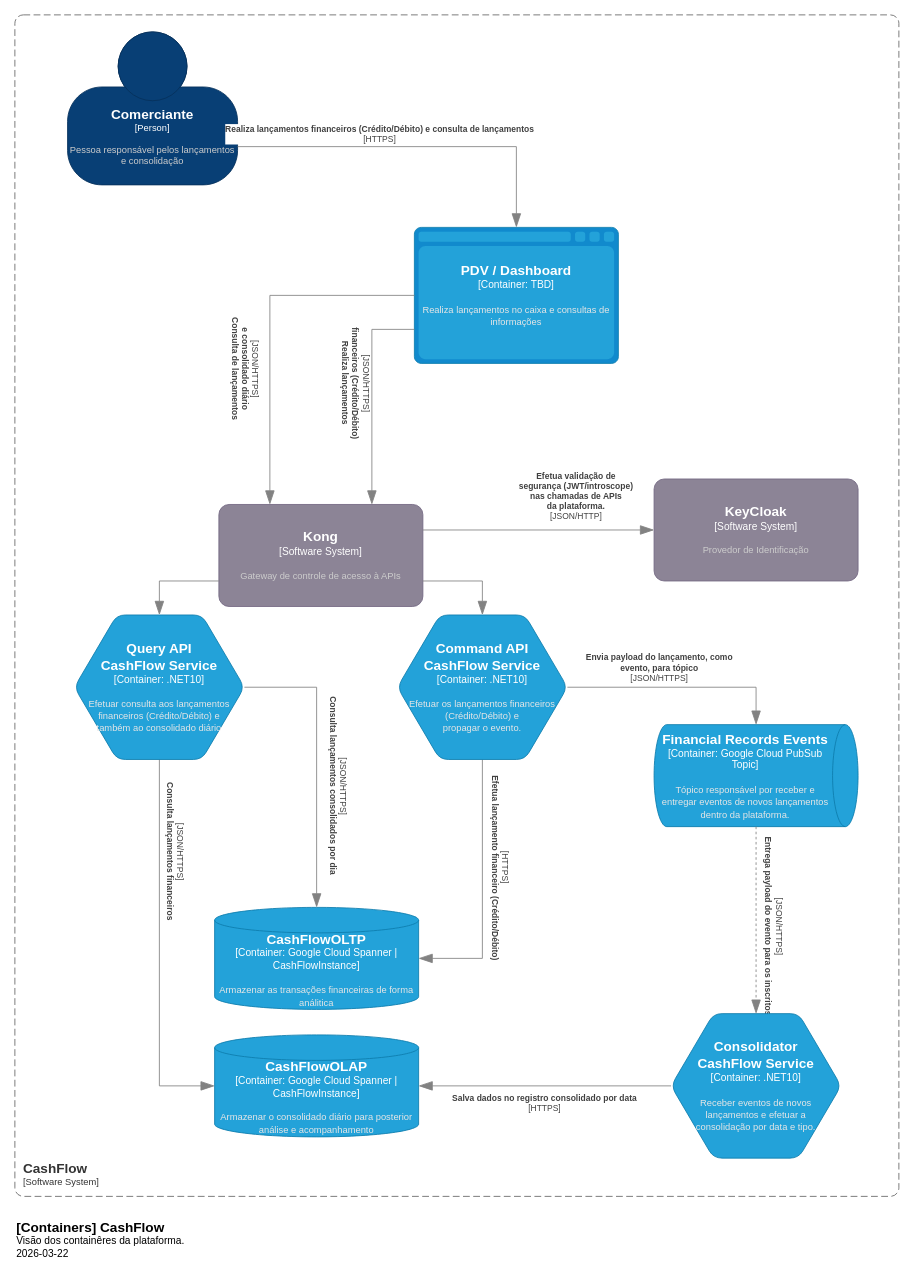
Earlier version of the draw.io diagram page "C4_Containers" (3 of 3) of doc/CashFlow_Challenge_Archi_v1.drawio (charliers/cashflow_challenge). Source tidied: cells renumbered, new cells numbered last; positions are measured from the earlier drawing's top-left corner, leaving out a move shared by most shapes. Both pictures are drawn from the tidied source at 85%, with x=0, y=0 at pixel (14, 14).
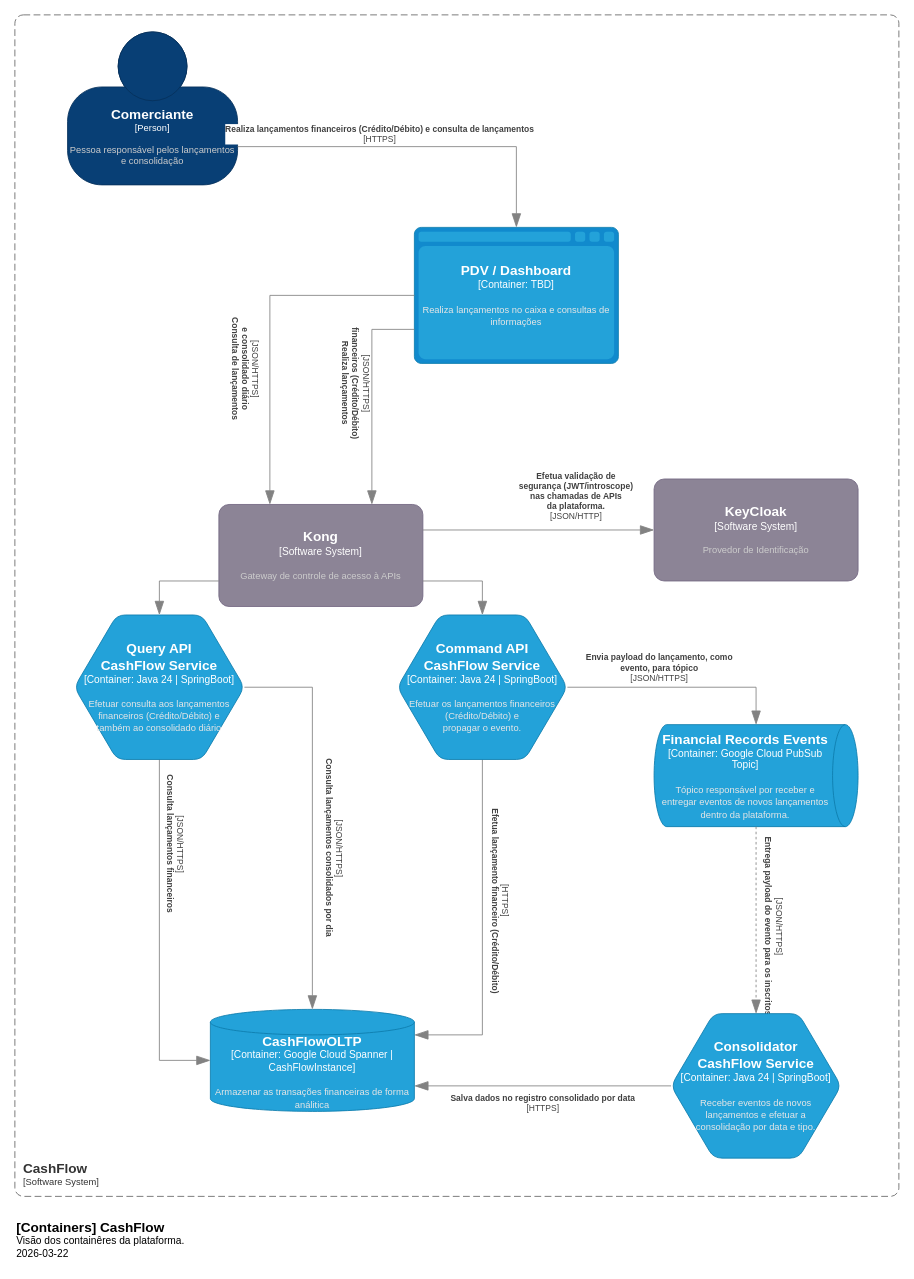
The same page after the edit.

Change to the diagram source:
```diff
@@
     <object id="3" label="&lt;font style=&quot;font-size: 16px&quot;&gt;&lt;b&gt;%c4Name%&lt;/b&gt;&lt;/font&gt;&lt;div&gt;[%c4Type%:&amp;nbsp;%c4Technology%]&lt;/div&gt;&lt;br&gt;&lt;div&gt;&lt;font style=&quot;font-size: 11px&quot;&gt;&lt;font color=&quot;#E6E6E6&quot;&gt;%c4Description%&lt;/font&gt;&lt;/div&gt;" c4Description="Armazenar as transações financeiras de forma análitica" c4Name="CashFlowOLTP" c4Technology="Google Cloud Spanner | CashFlowInstance" c4Type="Container" placeholders="1">
       <mxCell style="shape=cylinder3;size=15;whiteSpace=wrap;html=1;boundedLbl=1;rounded=0;labelBackgroundColor=none;fillColor=#23A2D9;fontSize=12;fontColor=#ffffff;align=center;strokeColor=#0E7DAD;points=[[0.5,0,0],[1,0.25,0],[1,0.5,0],[1,0.75,0],[0.5,1,0],[0,0.75,0],[0,0.5,0],[0,0.25,0]];" parent="1" vertex="1">
-        <mxGeometry x="235" y="1050" width="240" height="120" as="geometry" />
+        <mxGeometry x="230" y="1170" width="240" height="120" as="geometry" />
       </mxCell>
     </object>
-    <object id="4" label="&lt;font style=&quot;font-size: 16px&quot;&gt;&lt;b&gt;%c4Name%&lt;/b&gt;&lt;/font&gt;&lt;div&gt;[%c4Type%:&amp;nbsp;%c4Technology%]&lt;/div&gt;&lt;br&gt;&lt;div&gt;&lt;font style=&quot;font-size: 11px&quot;&gt;&lt;font color=&quot;#E6E6E6&quot;&gt;%c4Description%&lt;/font&gt;&lt;/div&gt;" c4Description="Armazenar o consolidado diário para posterior análise e acompanhamento" c4Name="CashFlowOLAP" c4Technology="Google Cloud Spanner | CashFlowInstance" c4Type="Container" placeholders="1">
-      <mxCell style="shape=cylinder3;size=15;whiteSpace=wrap;html=1;boundedLbl=1;rounded=0;labelBackgroundColor=none;fillColor=#23A2D9;fontSize=12;fontColor=#ffffff;align=center;strokeColor=#0E7DAD;points=[[0.5,0,0],[1,0.25,0],[1,0.5,0],[1,0.75,0],[0.5,1,0],[0,0.75,0],[0,0.5,0],[0,0.25,0]];" parent="1" vertex="1">
-        <mxGeometry x="235" y="1200" width="240" height="120" as="geometry" />
-      </mxCell>
-    </object>
@@
     <object id="9" label="&lt;div style=&quot;text-align: left&quot;&gt;&lt;div style=&quot;text-align: center&quot;&gt;&lt;b&gt;%c4Description%&lt;/b&gt;&lt;/div&gt;&lt;div style=&quot;text-align: center&quot;&gt;[%c4Technology%]&lt;/div&gt;&lt;/div&gt;" c4Description="Salva dados no registro consolidado por data" c4Technology="HTTPS" placeholders="1">
-      <mxCell style="endArrow=blockThin;html=1;fontSize=10;fontColor=#404040;strokeWidth=1;endFill=1;strokeColor=#828282;elbow=vertical;endSize=14;startSize=14;jumpStyle=arc;jumpSize=16;rounded=0;edgeStyle=orthogonalEdgeStyle;exitX=0;exitY=0.5;exitDx=0;exitDy=0;exitPerimeter=0;entryX=1;entryY=0.5;entryDx=0;entryDy=0;entryPerimeter=0;" parent="1" edge="1" source="20" target="4">
+      <mxCell style="endArrow=blockThin;html=1;fontSize=10;fontColor=#404040;strokeWidth=1;endFill=1;strokeColor=#828282;elbow=vertical;endSize=14;startSize=14;jumpStyle=arc;jumpSize=16;rounded=0;edgeStyle=orthogonalEdgeStyle;exitX=0;exitY=0.5;exitDx=0;exitDy=0;exitPerimeter=0;entryX=1;entryY=0.75;entryDx=0;entryDy=0;entryPerimeter=0;" parent="1" edge="1" source="20" target="3">
         <mxGeometry y="20" relative="1" as="geometry" />
       </mxCell>
     </object>
     <object id="10" label="&lt;div style=&quot;text-align: left&quot;&gt;&lt;div style=&quot;text-align: center&quot;&gt;&lt;b&gt;%c4Description%&lt;/b&gt;&lt;/div&gt;&lt;div style=&quot;text-align: center&quot;&gt;[%c4Technology%]&lt;/div&gt;&lt;/div&gt;" c4Description="Efetua lançamento financeiro (Crédito/Débito)" c4Technology="HTTPS" placeholders="1">
-      <mxCell style="endArrow=blockThin;html=1;fontSize=10;fontColor=#404040;strokeWidth=1;endFill=1;strokeColor=#828282;elbow=vertical;endSize=14;startSize=14;jumpStyle=arc;jumpSize=16;rounded=0;edgeStyle=orthogonalEdgeStyle;exitX=0.5;exitY=1;exitDx=0;exitDy=0;exitPerimeter=0;entryX=1;entryY=0.5;entryDx=0;entryDy=0;entryPerimeter=0;textDirection=vertical-lr;" parent="1" edge="1" source="19" target="3">
-        <mxGeometry x="-0.18" y="20" relative="1" as="geometry" />
+      <mxCell style="endArrow=blockThin;html=1;fontSize=10;fontColor=#404040;strokeWidth=1;endFill=1;strokeColor=#828282;elbow=vertical;endSize=14;startSize=14;jumpStyle=arc;jumpSize=16;rounded=0;edgeStyle=orthogonalEdgeStyle;exitX=0.5;exitY=1;exitDx=0;exitDy=0;exitPerimeter=0;entryX=1;entryY=0.25;entryDx=0;entryDy=0;entryPerimeter=0;textDirection=vertical-lr;" parent="1" edge="1" source="19" target="3">
+        <mxGeometry x="-0.18" y="20" relative="1" as="geometry">
+          <Array as="points">
+            <mxPoint x="550" y="1200" />
+          </Array>
+        </mxGeometry>
       </mxCell>
     </object>
     <object id="11" label="&lt;div style=&quot;text-align: left&quot;&gt;&lt;div style=&quot;text-align: center&quot;&gt;&lt;b&gt;%c4Description%&lt;/b&gt;&lt;/div&gt;&lt;div style=&quot;text-align: center&quot;&gt;[%c4Technology%]&lt;/div&gt;&lt;/div&gt;" c4Description="Consulta lançamentos financeiros" c4Technology="JSON/HTTPS" placeholders="1">
-      <mxCell style="endArrow=blockThin;html=1;fontSize=10;fontColor=#404040;strokeWidth=1;endFill=1;strokeColor=#828282;elbow=vertical;endSize=14;startSize=14;jumpStyle=arc;jumpSize=16;rounded=0;edgeStyle=orthogonalEdgeStyle;exitX=0.5;exitY=1;exitDx=0;exitDy=0;exitPerimeter=0;entryX=0;entryY=0.5;entryDx=0;entryDy=0;entryPerimeter=0;textDirection=vertical-lr;" parent="1" edge="1" source="18" target="4">
+      <mxCell style="endArrow=blockThin;html=1;fontSize=10;fontColor=#404040;strokeWidth=1;endFill=1;strokeColor=#828282;elbow=vertical;endSize=14;startSize=14;jumpStyle=arc;jumpSize=16;rounded=0;edgeStyle=orthogonalEdgeStyle;exitX=0.5;exitY=1;exitDx=0;exitDy=0;exitPerimeter=0;entryX=0;entryY=0.5;entryDx=0;entryDy=0;entryPerimeter=0;textDirection=vertical-lr;" parent="1" edge="1" source="18" target="3">
         <mxGeometry x="-0.52" y="18" relative="1" as="geometry" />
       </mxCell>
     </object>
@@
-    <object id="18" label="&lt;font style=&quot;font-size: 16px&quot;&gt;&lt;b&gt;%c4Name%&lt;/b&gt;&lt;/font&gt;&lt;div&gt;[%c4Type%:&amp;nbsp;%c4Technology%]&lt;/div&gt;&lt;br&gt;&lt;div&gt;&lt;font style=&quot;font-size: 11px&quot;&gt;&lt;font color=&quot;#E6E6E6&quot;&gt;%c4Description%&lt;/font&gt;&lt;/div&gt;" c4Description="Efetuar consulta aos lançamentos financeiros (Crédito/Débito) e &#10;também ao consolidado diário" c4Name="Query API&#10;CashFlow Service" c4Technology=".NET10" c4Type="Container" placeholders="1">
+    <object id="18" label="&lt;font style=&quot;font-size: 16px&quot;&gt;&lt;b&gt;%c4Name%&lt;/b&gt;&lt;/font&gt;&lt;div&gt;[%c4Type%:&amp;nbsp;%c4Technology%]&lt;/div&gt;&lt;br&gt;&lt;div&gt;&lt;font style=&quot;font-size: 11px&quot;&gt;&lt;font color=&quot;#E6E6E6&quot;&gt;%c4Description%&lt;/font&gt;&lt;/div&gt;" c4Description="Efetuar consulta aos lançamentos financeiros (Crédito/Débito) e &#10;também ao consolidado diário" c4Name="Query API&#10;CashFlow Service" c4Technology="Java 24 | SpringBoot" c4Type="Container" placeholders="1">
       <mxCell style="shape=hexagon;size=50;perimeter=hexagonPerimeter2;whiteSpace=wrap;html=1;fixedSize=1;rounded=1;labelBackgroundColor=none;fillColor=#23A2D9;fontSize=12;fontColor=#ffffff;align=center;strokeColor=#0E7DAD;points=[[0.5,0,0],[1,0.25,0],[1,0.5,0],[1,0.75,0],[0.5,1,0],[0,0.75,0],[0,0.5,0],[0,0.25,0]];" parent="1" vertex="1">
         <mxGeometry x="70" y="706" width="200" height="170" as="geometry" />
       </mxCell>
     </object>
-    <object id="19" label="&lt;font style=&quot;font-size: 16px&quot;&gt;&lt;b&gt;%c4Name%&lt;/b&gt;&lt;/font&gt;&lt;div&gt;[%c4Type%:&amp;nbsp;%c4Technology%]&lt;/div&gt;&lt;br&gt;&lt;div&gt;&lt;font style=&quot;font-size: 11px&quot;&gt;&lt;font color=&quot;#E6E6E6&quot;&gt;%c4Description%&lt;/font&gt;&lt;/div&gt;" c4Description="Efetuar os lançamentos financeiros (Crédito/Débito) e &#10;propagar o evento." c4Name="Command API&#10;CashFlow Service" c4Technology=".NET10" c4Type="Container" placeholders="1">
+    <object id="19" label="&lt;font style=&quot;font-size: 16px&quot;&gt;&lt;b&gt;%c4Name%&lt;/b&gt;&lt;/font&gt;&lt;div&gt;[%c4Type%:&amp;nbsp;%c4Technology%]&lt;/div&gt;&lt;br&gt;&lt;div&gt;&lt;font style=&quot;font-size: 11px&quot;&gt;&lt;font color=&quot;#E6E6E6&quot;&gt;%c4Description%&lt;/font&gt;&lt;/div&gt;" c4Description="Efetuar os lançamentos financeiros (Crédito/Débito) e &#10;propagar o evento." c4Name="Command API&#10;CashFlow Service" c4Technology="Java 24 | SpringBoot" c4Type="Container" placeholders="1">
       <mxCell style="shape=hexagon;size=50;perimeter=hexagonPerimeter2;whiteSpace=wrap;html=1;fixedSize=1;rounded=1;labelBackgroundColor=none;fillColor=#23A2D9;fontSize=12;fontColor=#ffffff;align=center;strokeColor=#0E7DAD;points=[[0.5,0,0],[1,0.25,0],[1,0.5,0],[1,0.75,0],[0.5,1,0],[0,0.75,0],[0,0.5,0],[0,0.25,0]];" parent="1" vertex="1">
         <mxGeometry x="450" y="706" width="200" height="170" as="geometry" />
       </mxCell>
     </object>
-    <object id="20" label="&lt;font style=&quot;font-size: 16px&quot;&gt;&lt;b&gt;%c4Name%&lt;/b&gt;&lt;/font&gt;&lt;div&gt;[%c4Type%:&amp;nbsp;%c4Technology%]&lt;/div&gt;&lt;br&gt;&lt;div&gt;&lt;font style=&quot;font-size: 11px&quot;&gt;&lt;font color=&quot;#E6E6E6&quot;&gt;%c4Description%&lt;/font&gt;&lt;/div&gt;" c4Description="Receber eventos de novos &#10;lançamentos e efetuar a &#10;consolidação por data e tipo." c4Name="Consolidator&#10;CashFlow Service" c4Technology=".NET10" c4Type="Container" placeholders="1">
+    <object id="20" label="&lt;font style=&quot;font-size: 16px&quot;&gt;&lt;b&gt;%c4Name%&lt;/b&gt;&lt;/font&gt;&lt;div&gt;[%c4Type%:&amp;nbsp;%c4Technology%]&lt;/div&gt;&lt;br&gt;&lt;div&gt;&lt;font style=&quot;font-size: 11px&quot;&gt;&lt;font color=&quot;#E6E6E6&quot;&gt;%c4Description%&lt;/font&gt;&lt;/div&gt;" c4Description="Receber eventos de novos &#10;lançamentos e efetuar a &#10;consolidação por data e tipo." c4Name="Consolidator&#10;CashFlow Service" c4Technology="Java 24 | SpringBoot" c4Type="Container" placeholders="1">
       <mxCell style="shape=hexagon;size=50;perimeter=hexagonPerimeter2;whiteSpace=wrap;html=1;fixedSize=1;rounded=1;labelBackgroundColor=none;fillColor=#23A2D9;fontSize=12;fontColor=#ffffff;align=center;strokeColor=#0E7DAD;points=[[0.5,0,0],[1,0.25,0],[1,0.5,0],[1,0.75,0],[0.5,1,0],[0,0.75,0],[0,0.5,0],[0,0.25,0]];" parent="1" vertex="1">
         <mxGeometry x="772" y="1175" width="200" height="170" as="geometry" />
       </mxCell>
     </object>
```
